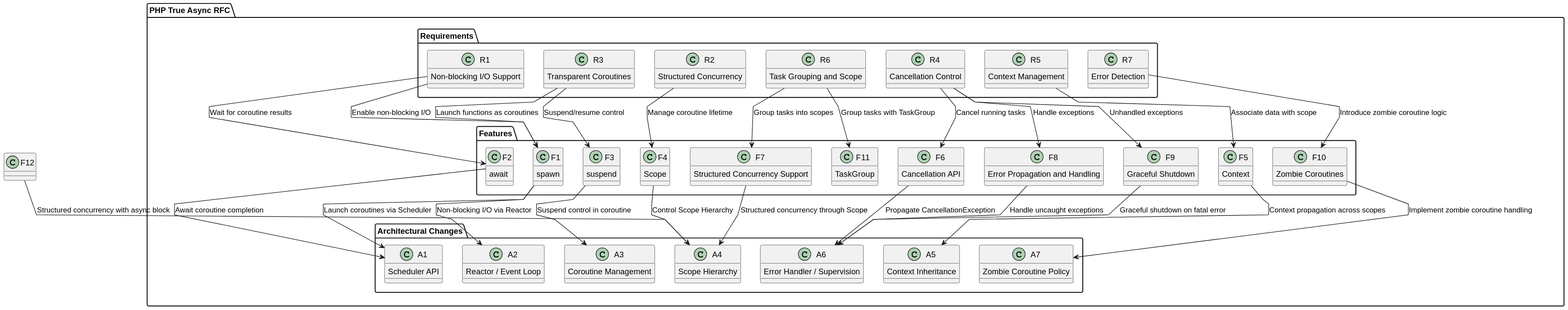
Above: diagrams/feature-to-requirement.svg in true-async/php-true-async-rfc (PlantUML), before the change. Source of this version:
```plantuml
@startuml
skinparam linetype polyline

package "PHP True Async RFC" {
    package "Requirements" {
        R1 : Non-blocking I/O Support
        R2 : Structured Concurrency
        R3 : Transparent Coroutines
        R4 : Cancellation Control
        R5 : Context Management
        R6 : Task Grouping and Scope
        R7 : Error Detection
    }

    package "Features" {
        F1 : spawn
        F2 : await
        F3 : suspend
        F4 : Scope
        F5 : Context
        F6 : Cancellation API
        F7 : Structured Concurrency Support
        F8 : Error Propagation and Handling
        F9 : Graceful Shutdown
        F10 : Zombie Coroutines
        F11 : TaskGroup
    }

    package "Architectural Changes" {
        A1 : Scheduler API
        A2 : Reactor / Event Loop
        A3 : Coroutine Management
        A4 : Scope Hierarchy
        A5 : Context Inheritance
        A6 : Error Handler / Supervision
        A7 : Zombie Coroutine Policy
    }
}

R1 --> F1 : Enable non-blocking I/O
R1 --> F2 : Wait for coroutine results
R2 --> F4 : Manage coroutine lifetime
R3 --> F1 : Launch functions as coroutines
R3 --> F3 : Suspend/resume control
R4 --> F6 : Cancel running tasks
R4 --> F9 : Unhandled exceptions
R4 --> F8 : Handle exceptions
R5 --> F5 : Associate data with scope
R6 --> F7 : Group tasks into scopes
R6 --> F11 : Group tasks with TaskGroup
R7 --> F10 : Introduce zombie coroutine logic

F1 --> A1 : Launch coroutines via Scheduler
F1 --> A2 : Non-blocking I/O via Reactor
F2 --> A1 : Await coroutine completion
F3 --> A3 : Suspend control in coroutine
F4 --> A4 : Control Scope Hierarchy
F5 --> A5 : Context propagation across scopes
F6 --> A6 : Propagate CancellationException
F7 --> A4 : Structured concurrency through Scope
F12 --> A4 : Structured concurrency with async block
F8 --> A6 : Handle uncaught exceptions
F9 --> A6 : Graceful shutdown on fatal error
F10 --> A7 : Implement zombie coroutine handling
@enduml
```
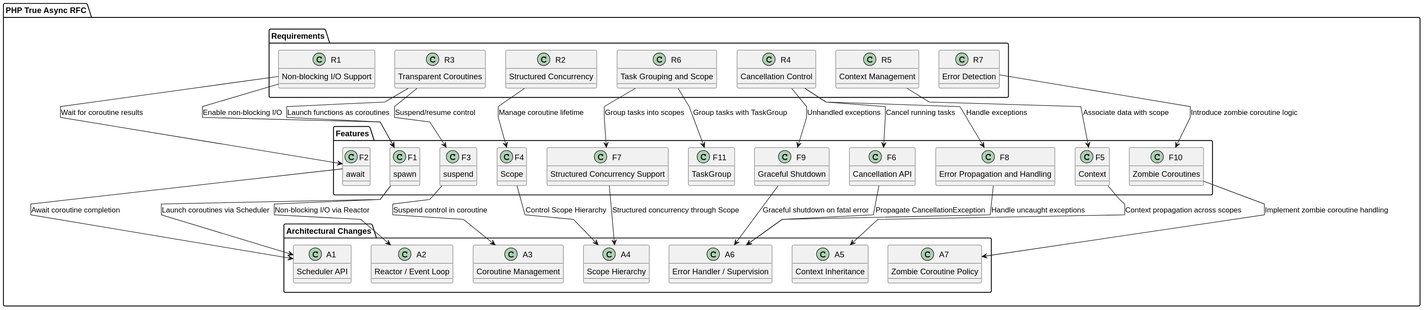
The same diagram one commit later.

Commit message:
Remove outdated feature mapping for structured concurrency with async block

What changed in the source:
```diff
@@ -58,7 +58,6 @@
 F5 --> A5 : Context propagation across scopes
 F6 --> A6 : Propagate CancellationException
 F7 --> A4 : Structured concurrency through Scope
-F12 --> A4 : Structured concurrency with async block
 F8 --> A6 : Handle uncaught exceptions
 F9 --> A6 : Graceful shutdown on fatal error
 F10 --> A7 : Implement zombie coroutine handling
```
